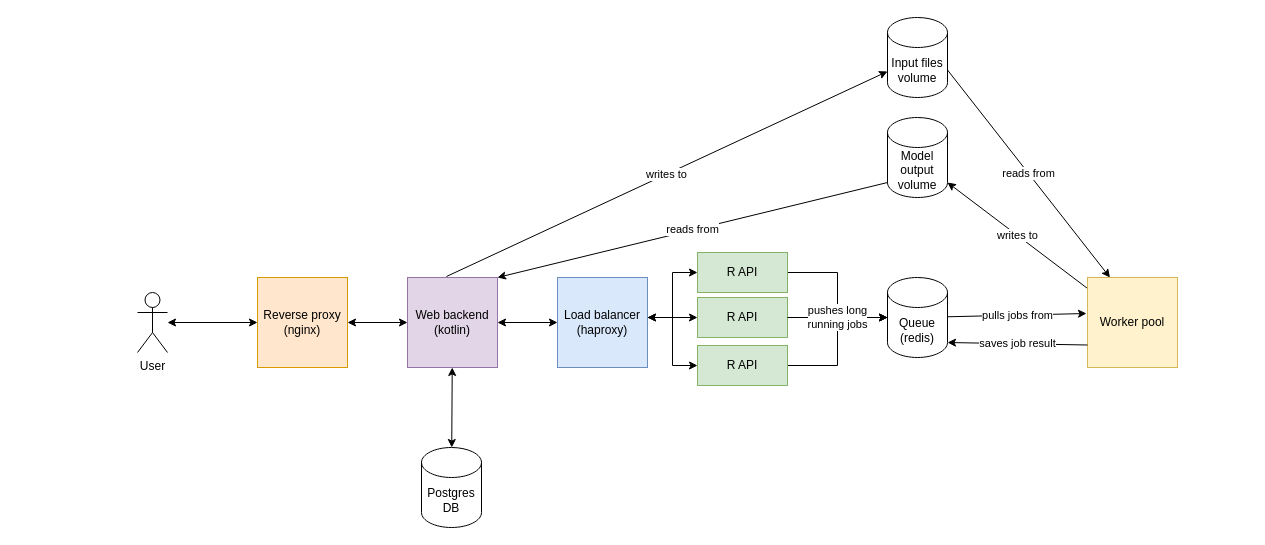
This is images/architecture.drawio from hivtools/hint-deploy, a draw.io file, before an edit. Source tidied: cells renumbered, new cells numbered last; positions are measured from the earlier drawing's top-left corner, leaving out a move shared by most shapes. Both pictures are drawn from the tidied source at 100%, with x=0, y=0 at pixel (137, 17).
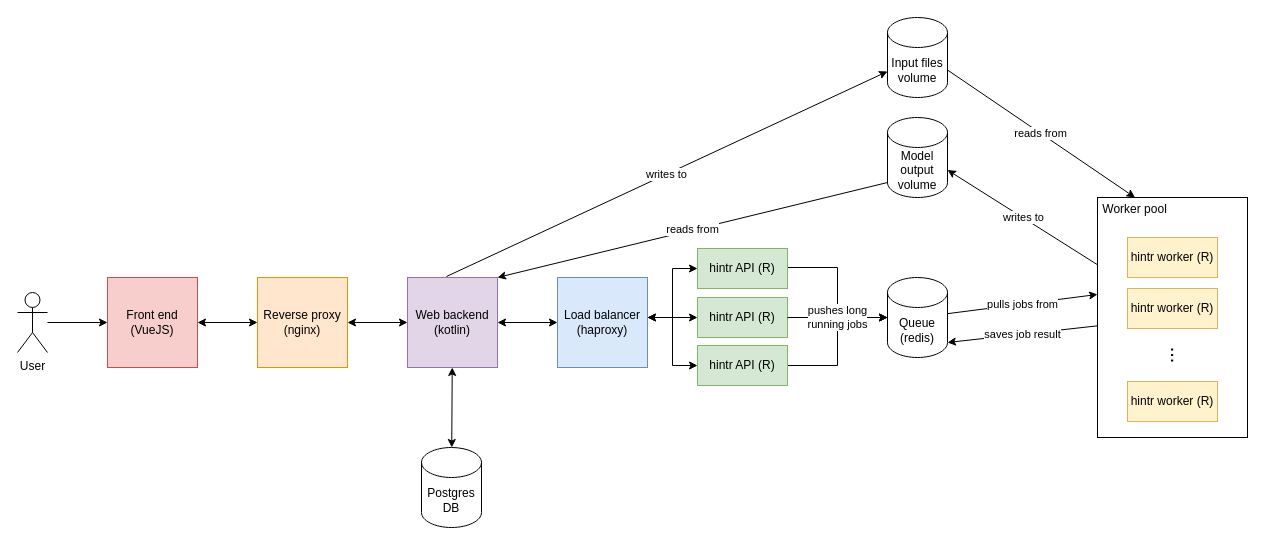
The same page after the edit.

Commit message (it also covers changes not shown here):
Add some more info to diagram

The change refers to these unchanged cells:
```xml
<mxCell id="3" value="Reverse proxy (nginx)" style="whiteSpace=wrap;html=1;fillColor=#ffe6cc;strokeColor=#d79b00;" parent="1" vertex="1">
  <mxGeometry x="120" y="260" width="90" height="90" as="geometry" />
</mxCell>
<mxCell id="13" value="Model output volume" style="shape=cylinder3;whiteSpace=wrap;html=1;boundedLbl=1;backgroundOutline=1;size=15;" parent="1" vertex="1">
  <mxGeometry x="750" y="100" width="60" height="80" as="geometry" />
</mxCell>
<mxCell id="18" value="Load balancer (haproxy)" style="whiteSpace=wrap;html=1;fillColor=#dae8fc;strokeColor=#6c8ebf;" parent="1" vertex="1">
  <mxGeometry x="420" y="260" width="90" height="90" as="geometry" />
</mxCell>
<mxCell id="22" value="Queue (redis)" style="shape=cylinder3;whiteSpace=wrap;html=1;boundedLbl=1;backgroundOutline=1;size=15;" parent="1" vertex="1">
  <mxGeometry x="750" y="260" width="60" height="80" as="geometry" />
</mxCell>
```

What changed in the source:
```diff
@@
-    <mxCell id="4" style="rounded=0;jettySize=auto;html=1;entryX=0;entryY=0.5;entryDx=0;entryDy=0;startArrow=classic;startFill=1;" parent="1" edge="1" source="5" target="3">
+    <mxCell id="4" style="rounded=0;jettySize=auto;html=1;entryX=0;entryY=0.5;entryDx=0;entryDy=0;startArrow=classic;startFill=1;" parent="1" edge="1" source="31" target="3">
       <mxGeometry relative="1" as="geometry" />
     </mxCell>
+    <mxCell id="30" style="edgeStyle=orthogonalEdgeStyle;rounded=0;jettySize=auto;html=1;entryX=0;entryY=0.5;entryDx=0;entryDy=0;" parent="1" edge="1" source="5" target="31">
+      <mxGeometry relative="1" as="geometry" />
+    </mxCell>
     <mxCell id="5" value="User" style="shape=umlActor;verticalLabelPosition=bottom;verticalAlign=top;html=1;outlineConnect=0;" parent="1" vertex="1">
-      <mxGeometry y="275" width="30" height="60" as="geometry" />
+      <mxGeometry x="-120" y="275" width="30" height="60" as="geometry" />
     </mxCell>
@@
     <mxCell id="15" style="edgeStyle=orthogonalEdgeStyle;rounded=0;jettySize=auto;html=1;entryX=0;entryY=0.5;entryDx=0;entryDy=0;" parent="1" edge="1" source="18" target="20">
       <mxGeometry relative="1" as="geometry">
         <Array as="points">
           <mxPoint x="535" y="300" />
-          <mxPoint x="535" y="255" />
+          <mxPoint x="535" y="251" />
         </Array>
       </mxGeometry>
     </mxCell>
@@
     <mxCell id="19" style="edgeStyle=orthogonalEdgeStyle;rounded=0;jettySize=auto;html=1;" parent="1" edge="1" source="20" target="22">
       <mxGeometry relative="1" as="geometry">
         <Array as="points">
-          <mxPoint x="700" y="255" />
+          <mxPoint x="700" y="250" />
           <mxPoint x="700" y="300" />
         </Array>
       </mxGeometry>
     </mxCell>
-    <mxCell id="20" value="R API" style="whiteSpace=wrap;html=1;fillColor=#d5e8d4;strokeColor=#82b366;" parent="1" vertex="1">
-      <mxGeometry x="560" y="235" width="90" height="40" as="geometry" />
+    <mxCell id="20" value="hintr API (R)" style="whiteSpace=wrap;html=1;fillColor=#d5e8d4;strokeColor=#82b366;" parent="1" vertex="1">
+      <mxGeometry x="560" y="231" width="90" height="40" as="geometry" />
     </mxCell>
-    <mxCell id="21" value="pulls jobs from" style="rounded=0;jettySize=auto;html=1;entryX=-0.011;entryY=0.4;entryDx=0;entryDy=0;entryPerimeter=0;" parent="1" edge="1" source="22" target="24">
+    <mxCell id="21" value="pulls jobs from" style="rounded=0;jettySize=auto;html=1;entryX=0;entryY=0.404;entryDx=0;entryDy=0;entryPerimeter=0;" parent="1" edge="1" source="22" target="24">
       <mxGeometry relative="1" as="geometry" />
     </mxCell>
@@
-    <mxCell id="23" value="writes to" style="rounded=0;jettySize=auto;html=1;entryX=1;entryY=1;entryDx=0;entryDy=-15;entryPerimeter=0;" parent="1" edge="1" source="24" target="13">
+    <mxCell id="23" value="writes to" style="rounded=0;jettySize=auto;html=1;entryX=1;entryY=0;entryDx=0;entryDy=52.5;entryPerimeter=0;exitX=0.007;exitY=0.283;exitDx=0;exitDy=0;exitPerimeter=0;" parent="1" edge="1" source="24" target="13">
       <mxGeometry relative="1" as="geometry" />
     </mxCell>
-    <mxCell id="24" value="Worker pool" style="rounded=0;whiteSpace=wrap;html=1;fillColor=#fff2cc;strokeColor=#d6b656;" parent="1" vertex="1">
-      <mxGeometry x="950" y="260" width="90" height="90" as="geometry" />
+    <mxCell id="24" value="&lt;div style=&quot;text-align: center;&quot;&gt;&lt;span style=&quot;background-color: initial;&quot;&gt;&amp;nbsp;Worker pool&lt;/span&gt;&lt;/div&gt;&lt;div style=&quot;text-align: center;&quot;&gt;&lt;span style=&quot;background-color: initial;&quot;&gt;&lt;br&gt;&lt;/span&gt;&lt;/div&gt;&lt;div style=&quot;text-align: center;&quot;&gt;&lt;span style=&quot;background-color: initial;&quot;&gt;&lt;br&gt;&lt;/span&gt;&lt;/div&gt;&lt;div style=&quot;text-align: center;&quot;&gt;&lt;span style=&quot;background-color: initial;&quot;&gt;&lt;br&gt;&lt;/span&gt;&lt;/div&gt;&lt;div style=&quot;text-align: center;&quot;&gt;&lt;span style=&quot;background-color: initial;&quot;&gt;&lt;br&gt;&lt;/span&gt;&lt;/div&gt;&lt;div style=&quot;text-align: center;&quot;&gt;&lt;span style=&quot;background-color: initial;&quot;&gt;&lt;br&gt;&lt;/span&gt;&lt;/div&gt;&lt;div style=&quot;text-align: center;&quot;&gt;&lt;span style=&quot;background-color: initial;&quot;&gt;&lt;br&gt;&lt;/span&gt;&lt;/div&gt;&lt;div style=&quot;text-align: center;&quot;&gt;&lt;span style=&quot;background-color: initial;&quot;&gt;&lt;br&gt;&lt;/span&gt;&lt;/div&gt;&lt;div style=&quot;text-align: center;&quot;&gt;&lt;span style=&quot;background-color: initial;&quot;&gt;&lt;br&gt;&lt;/span&gt;&lt;/div&gt;&lt;div style=&quot;text-align: center;&quot;&gt;&lt;span style=&quot;background-color: initial;&quot;&gt;&lt;br&gt;&lt;/span&gt;&lt;/div&gt;&lt;div style=&quot;text-align: center;&quot;&gt;&lt;span style=&quot;background-color: initial;&quot;&gt;&lt;br&gt;&lt;/span&gt;&lt;/div&gt;&lt;div style=&quot;text-align: center;&quot;&gt;&lt;span style=&quot;background-color: initial;&quot;&gt;&lt;br&gt;&lt;/span&gt;&lt;/div&gt;&lt;div style=&quot;text-align: center;&quot;&gt;&lt;span style=&quot;background-color: initial;&quot;&gt;&lt;br&gt;&lt;/span&gt;&lt;/div&gt;&lt;div style=&quot;text-align: center;&quot;&gt;&lt;span style=&quot;background-color: initial;&quot;&gt;&lt;br&gt;&lt;/span&gt;&lt;/div&gt;&lt;div style=&quot;text-align: center;&quot;&gt;&lt;span style=&quot;background-color: initial;&quot;&gt;&lt;br&gt;&lt;/span&gt;&lt;/div&gt;&lt;div style=&quot;text-align: center;&quot;&gt;&lt;span style=&quot;background-color: initial;&quot;&gt;&lt;br&gt;&lt;/span&gt;&lt;/div&gt;" style="rounded=0;whiteSpace=wrap;html=1;align=left;" parent="1" vertex="1">
+      <mxGeometry x="960" y="180" width="150" height="240" as="geometry" />
     </mxCell>
-    <mxCell id="25" value="saves job result" style="rounded=0;jettySize=auto;html=1;entryX=1;entryY=1;entryDx=0;entryDy=-15;entryPerimeter=0;exitX=0;exitY=0.75;exitDx=0;exitDy=0;" parent="1" edge="1" source="24" target="22">
+    <mxCell id="25" value="saves job result" style="rounded=0;jettySize=auto;html=1;entryX=1;entryY=1;entryDx=0;entryDy=-15;entryPerimeter=0;" parent="1" edge="1" source="24" target="22">
       <mxGeometry relative="1" as="geometry" />
     </mxCell>
-    <mxCell id="26" value="R API" style="whiteSpace=wrap;html=1;fillColor=#d5e8d4;strokeColor=#82b366;" parent="1" vertex="1">
+    <mxCell id="26" value="hintr API (R)" style="whiteSpace=wrap;html=1;fillColor=#d5e8d4;strokeColor=#82b366;" parent="1" vertex="1">
       <mxGeometry x="560" y="280" width="90" height="40" as="geometry" />
     </mxCell>
@@
-    <mxCell id="28" value="R API" style="whiteSpace=wrap;html=1;fillColor=#d5e8d4;strokeColor=#82b366;" parent="1" vertex="1">
+    <mxCell id="28" value="hintr API (R)" style="whiteSpace=wrap;html=1;fillColor=#d5e8d4;strokeColor=#82b366;" parent="1" vertex="1">
       <mxGeometry x="560" y="328" width="90" height="40" as="geometry" />
     </mxCell>
@@
+    <mxCell id="31" value="Front end&lt;br&gt;(VueJS)" style="whiteSpace=wrap;html=1;fillColor=#f8cecc;strokeColor=#b85450;" parent="1" vertex="1">
+      <mxGeometry x="-30" y="260" width="90" height="90" as="geometry" />
+    </mxCell>
+    <mxCell id="32" value="hintr worker (R)" style="whiteSpace=wrap;html=1;fillColor=#fff2cc;strokeColor=#d6b656;" parent="1" vertex="1">
+      <mxGeometry x="990" y="220" width="90" height="40" as="geometry" />
+    </mxCell>
+    <mxCell id="33" value="hintr worker (R)" style="whiteSpace=wrap;html=1;fillColor=#fff2cc;strokeColor=#d6b656;" parent="1" vertex="1">
+      <mxGeometry x="990" y="271" width="90" height="40" as="geometry" />
+    </mxCell>
+    <mxCell id="34" value="hintr worker (R)" style="whiteSpace=wrap;html=1;fillColor=#fff2cc;strokeColor=#d6b656;" parent="1" vertex="1">
+      <mxGeometry x="990" y="364" width="90" height="40" as="geometry" />
+    </mxCell>
+    <mxCell id="35" value="&lt;font style=&quot;font-size: 20px;&quot;&gt;...&lt;/font&gt;" style="text;html=1;align=center;verticalAlign=middle;whiteSpace=wrap;rounded=0;rotation=90;" parent="1" vertex="1">
+      <mxGeometry x="1012" y="323" width="60" height="30" as="geometry" />
+    </mxCell>
```
